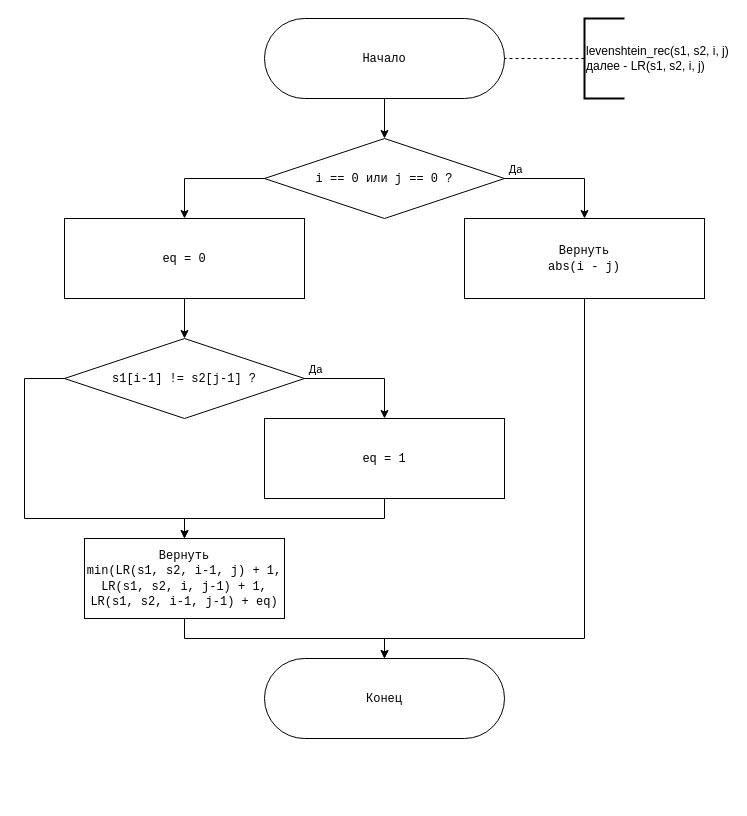
Above: page "levelshtein_req" (1 of 4) of lab_01/diagram.drawio in deniska-ned/bmstu_db_aa (draw.io), before the change. Source tidied: cells renumbered, new cells numbered last; positions are measured from the earlier drawing's top-left corner, leaving out a move shared by most shapes. Both pictures are drawn from the tidied source at 100%, with x=0, y=0 at pixel (24, 18).
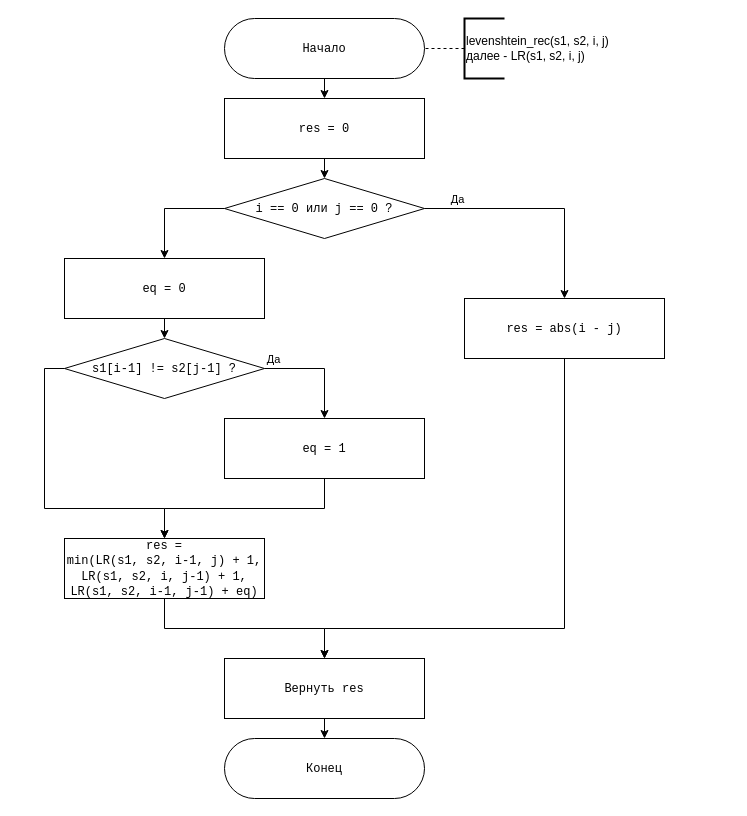
After the change.

The edit, as a diff of the source:
```diff
@@
-    <mxCell id="2" style="edgeStyle=orthogonalEdgeStyle;rounded=0;jettySize=auto;html=1;entryX=0.5;entryY=0;entryDx=0;entryDy=0;" parent="1" edge="1" source="3" target="7">
-      <mxGeometry relative="1" as="geometry" />
-    </mxCell>
+    <mxCell id="23" style="edgeStyle=orthogonalEdgeStyle;rounded=0;jettySize=auto;html=1;exitX=0.5;exitY=1;exitDx=0;exitDy=0;entryX=0.5;entryY=0;entryDx=0;entryDy=0;" parent="1" edge="1" source="3" target="28">
+      <mxGeometry relative="1" as="geometry" />
+    </mxCell>
     <mxCell id="3" value="&lt;font face=&quot;Courier New&quot;&gt;Начало&lt;/font&gt;" style="rounded=1;whiteSpace=wrap;html=1;arcSize=50;" parent="1" vertex="1">
-      <mxGeometry x="240" width="240" height="80" as="geometry" />
+      <mxGeometry x="200" width="200" height="60" as="geometry" />
     </mxCell>
@@
     <mxCell id="7" value="&lt;font face=&quot;Courier New&quot;&gt;i == 0 или j == 0 ?&lt;/font&gt;" style="rhombus;whiteSpace=wrap;html=1;" parent="1" vertex="1">
-      <mxGeometry x="240" y="120" width="240" height="80" as="geometry" />
+      <mxGeometry x="200" y="160" width="200" height="60" as="geometry" />
     </mxCell>
-    <mxCell id="8" style="edgeStyle=orthogonalEdgeStyle;rounded=0;jettySize=auto;html=1;entryX=0.5;entryY=0;entryDx=0;entryDy=0;exitX=0.5;exitY=1;exitDx=0;exitDy=0;" parent="1" edge="1" source="9" target="20">
-      <mxGeometry relative="1" as="geometry">
-        <Array as="points">
-          <mxPoint x="560" y="620" />
-          <mxPoint x="360" y="620" />
-        </Array>
-      </mxGeometry>
-    </mxCell>
+    <mxCell id="24" style="edgeStyle=orthogonalEdgeStyle;rounded=0;jettySize=auto;html=1;exitX=0.5;exitY=1;exitDx=0;exitDy=0;" parent="1" edge="1" source="9">
+      <mxGeometry relative="1" as="geometry">
+        <mxPoint x="300" y="640" as="targetPoint" />
+        <Array as="points">
+          <mxPoint x="540" y="610" />
+          <mxPoint x="300" y="610" />
+        </Array>
+      </mxGeometry>
+    </mxCell>
-    <mxCell id="9" value="&lt;font face=&quot;Courier New&quot;&gt;Вернуть&lt;br&gt;abs(i - j)&lt;/font&gt;" style="rounded=0;whiteSpace=wrap;html=1;" parent="1" vertex="1">
-      <mxGeometry x="440" y="200" width="240" height="80" as="geometry" />
+    <mxCell id="9" value="&lt;font face=&quot;Courier New&quot;&gt;res = abs(i - j)&lt;/font&gt;" style="rounded=0;whiteSpace=wrap;html=1;" parent="1" vertex="1">
+      <mxGeometry x="440" y="280" width="200" height="60" as="geometry" />
     </mxCell>
@@
     <mxCell id="11" value="&lt;font face=&quot;Courier New&quot;&gt;eq = 0&lt;/font&gt;" style="rounded=0;whiteSpace=wrap;html=1;" parent="1" vertex="1">
-      <mxGeometry x="40" y="200" width="240" height="80" as="geometry" />
+      <mxGeometry x="40" y="240" width="200" height="60" as="geometry" />
     </mxCell>
@@
-    <mxCell id="14" style="edgeStyle=orthogonalEdgeStyle;rounded=0;jettySize=auto;html=1;exitX=0;exitY=0.5;exitDx=0;exitDy=0;entryX=0.5;entryY=0;entryDx=0;entryDy=0;" parent="1" edge="1" source="15" target="19">
+    <mxCell id="14" style="edgeStyle=orthogonalEdgeStyle;rounded=0;jettySize=auto;html=1;entryX=0.5;entryY=0;entryDx=0;entryDy=0;exitX=0;exitY=0.5;exitDx=0;exitDy=0;" parent="1" edge="1" source="15" target="19">
       <mxGeometry relative="1" as="geometry">
         <Array as="points">
-          <mxPoint y="360" />
-          <mxPoint y="500" />
-          <mxPoint x="160" y="500" />
+          <mxPoint x="20" y="350" />
+          <mxPoint x="20" y="490" />
+          <mxPoint x="140" y="490" />
         </Array>
       </mxGeometry>
     </mxCell>
     <mxCell id="15" value="&lt;font face=&quot;Courier New&quot;&gt;s1[i-1] != s2[j-1] ?&lt;/font&gt;" style="rhombus;whiteSpace=wrap;html=1;" parent="1" vertex="1">
-      <mxGeometry x="40" y="320" width="240" height="80" as="geometry" />
+      <mxGeometry x="40" y="320" width="200" height="60" as="geometry" />
     </mxCell>
@@
     <mxCell id="17" value="&lt;font face=&quot;Courier New&quot;&gt;eq = 1&lt;/font&gt;" style="rounded=0;whiteSpace=wrap;html=1;" parent="1" vertex="1">
-      <mxGeometry x="240" y="400" width="240" height="80" as="geometry" />
+      <mxGeometry x="200" y="400" width="200" height="60" as="geometry" />
     </mxCell>
-    <mxCell id="18" style="edgeStyle=orthogonalEdgeStyle;rounded=0;jettySize=auto;html=1;exitX=0.5;exitY=1;exitDx=0;exitDy=0;entryX=0.5;entryY=0;entryDx=0;entryDy=0;" parent="1" edge="1" source="19" target="20">
-      <mxGeometry relative="1" as="geometry" />
-    </mxCell>
+    <mxCell id="25" style="edgeStyle=orthogonalEdgeStyle;rounded=0;jettySize=auto;html=1;exitX=0.5;exitY=1;exitDx=0;exitDy=0;entryX=0.5;entryY=0;entryDx=0;entryDy=0;" parent="1" edge="1" source="19" target="30">
+      <mxGeometry relative="1" as="geometry" />
+    </mxCell>
-    <mxCell id="19" value="&lt;font face=&quot;Courier New&quot;&gt;Вернуть&lt;br&gt;min(LR(s1, s2, i-1, j) + 1, LR(s1, s2, i, j-1) + 1, LR(s1, s2, i-1, j-1) + eq)&lt;br&gt;&lt;/font&gt;" style="rounded=0;whiteSpace=wrap;html=1;" parent="1" vertex="1">
-      <mxGeometry x="60" y="520" width="200" height="80" as="geometry" />
+    <mxCell id="19" value="&lt;font face=&quot;Courier New&quot;&gt;res =&lt;br&gt;min(LR(s1, s2, i-1, j) + 1, LR(s1, s2, i, j-1) + 1, LR(s1, s2, i-1, j-1) + eq)&lt;br&gt;&lt;/font&gt;" style="rounded=0;whiteSpace=wrap;html=1;" parent="1" vertex="1">
+      <mxGeometry x="40" y="520" width="200" height="60" as="geometry" />
     </mxCell>
     <mxCell id="20" value="&lt;font face=&quot;Courier New&quot;&gt;Конец&lt;/font&gt;" style="rounded=1;whiteSpace=wrap;html=1;arcSize=50;" parent="1" vertex="1">
-      <mxGeometry x="240" y="640" width="240" height="80" as="geometry" />
+      <mxGeometry x="200" y="720" width="200" height="60" as="geometry" />
     </mxCell>
@@
     <mxCell id="22" value="levenshtein_rec(s1, s2, i, j)&lt;br&gt;далее - LR(s1, s2, i, j)" style="strokeWidth=2;html=1;shape=mxgraph.flowchart.annotation_1;align=left;" parent="1" vertex="1">
-      <mxGeometry x="560" width="40" height="80" as="geometry" />
+      <mxGeometry x="440" width="40" height="60" as="geometry" />
     </mxCell>
+    <mxCell id="26" style="edgeStyle=orthogonalEdgeStyle;rounded=0;orthogonalLoop=1;jettySize=auto;html=1;exitX=0.5;exitY=1;exitDx=0;exitDy=0;exitPerimeter=0;" parent="1" edge="1" source="22" target="22">
+      <mxGeometry relative="1" as="geometry" />
+    </mxCell>
+    <mxCell id="27" style="edgeStyle=orthogonalEdgeStyle;rounded=0;jettySize=auto;html=1;exitX=0.5;exitY=1;exitDx=0;exitDy=0;entryX=0.5;entryY=0;entryDx=0;entryDy=0;" parent="1" edge="1" source="28" target="7">
+      <mxGeometry relative="1" as="geometry" />
+    </mxCell>
+    <mxCell id="28" value="&lt;font face=&quot;Courier New&quot;&gt;res = 0&lt;/font&gt;" style="rounded=0;whiteSpace=wrap;html=1;" parent="1" vertex="1">
+      <mxGeometry x="200" y="80" width="200" height="60" as="geometry" />
+    </mxCell>
+    <mxCell id="29" style="edgeStyle=orthogonalEdgeStyle;rounded=0;jettySize=auto;html=1;exitX=0.5;exitY=1;exitDx=0;exitDy=0;entryX=0.5;entryY=0;entryDx=0;entryDy=0;" parent="1" edge="1" source="30" target="20">
+      <mxGeometry relative="1" as="geometry" />
+    </mxCell>
+    <mxCell id="30" value="&lt;font face=&quot;Courier New&quot;&gt;Вернуть res&lt;br&gt;&lt;/font&gt;" style="rounded=0;whiteSpace=wrap;html=1;" parent="1" vertex="1">
+      <mxGeometry x="200" y="640" width="200" height="60" as="geometry" />
+    </mxCell>
```
